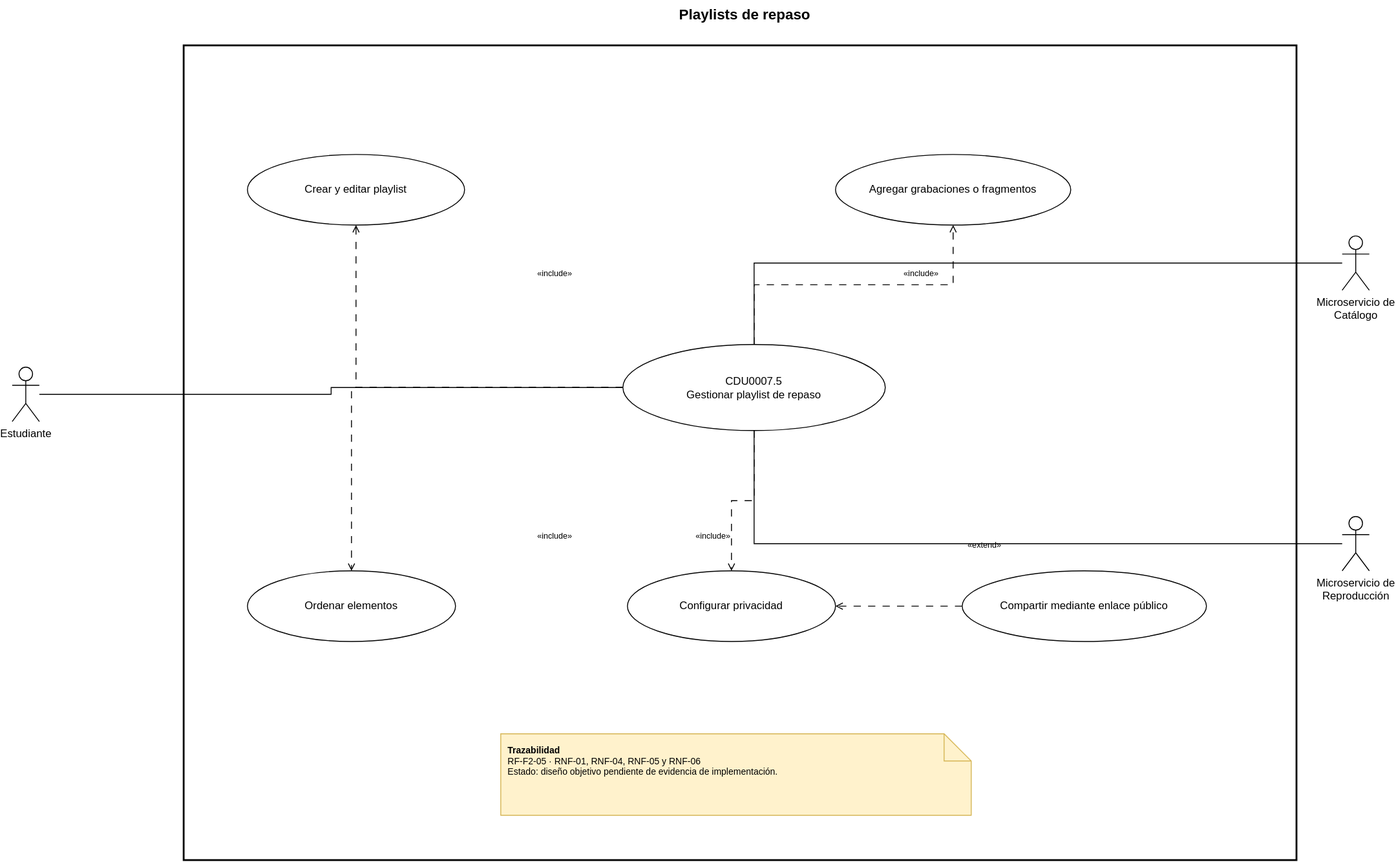
thanya-gate/SA_PROYECTO_202307691 keeps this draw.io diagram as Documentacion/CDU/CDU_Expandido_CDU32_202307691.drawio.svg. Above is the earlier version. Source tidied: cells renumbered, new cells last; positions are measured from the earlier drawing's top-left corner, leaving out a move shared by most shapes.
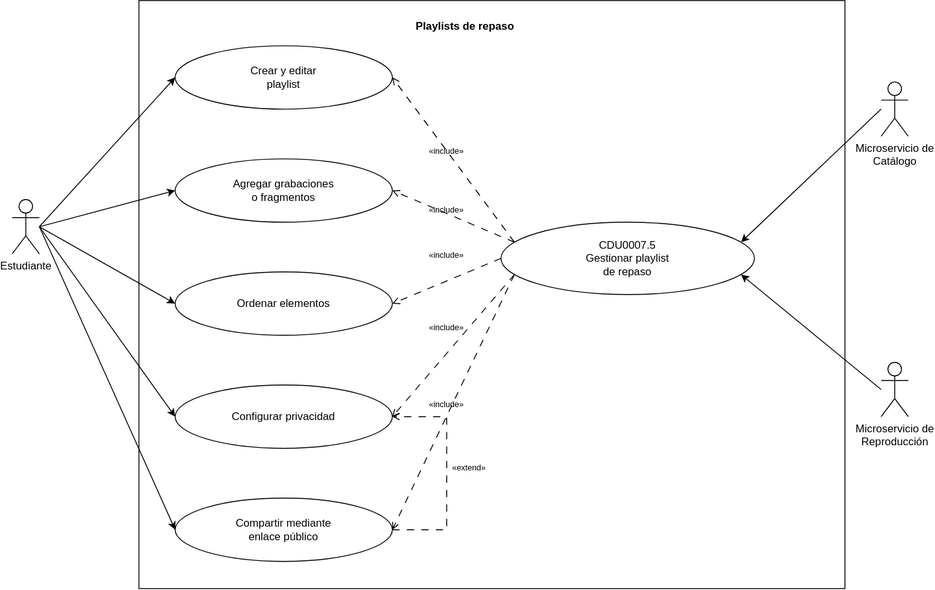
After the commit.

What changed in the source:
```diff
@@ -1,81 +1,101 @@
-<mxGraphModel>
+<mxGraphModel background="#ffffff">
   <root>
     <mxCell id="0" />
     <mxCell id="1" parent="0" />
-    <mxCell id="2" style="rounded=0;whiteSpace=wrap;html=1;fillColor=none;strokeWidth=2;" parent="1" vertex="1">
-      <mxGeometry x="190" y="50" width="1230" height="900" as="geometry" />
+    <mxCell id="2" style="html=1;whiteSpace=wrap;" parent="1" vertex="1">
+      <mxGeometry x="70" y="60" width="780" height="650" as="geometry" />
     </mxCell>
-    <mxCell id="3" value="Playlists de repaso" style="text;html=1;whiteSpace=wrap;strokeColor=none;fillColor=none;align=center;verticalAlign=middle;fontStyle=1;fontSize=16;" parent="1" vertex="1">
-      <mxGeometry x="450" width="720" height="30" as="geometry" />
+    <mxCell id="3" value="Playlists de repaso" style="text;align=center;fontStyle=1;verticalAlign=middle;spacingLeft=3;spacingRight=3;strokeColor=none;html=1;" parent="1" vertex="1">
+      <mxGeometry x="250" y="76" width="360" height="26" as="geometry" />
     </mxCell>
     <mxCell id="4" value="Estudiante" style="shape=umlActor;verticalLabelPosition=bottom;verticalAlign=top;html=1;" parent="1" vertex="1">
-      <mxGeometry y="405" width="30" height="60" as="geometry" />
+      <mxGeometry x="-70" y="280" width="30" height="60" as="geometry" />
     </mxCell>
     <mxCell id="5" value="Microservicio de&lt;div&gt;Catálogo&lt;/div&gt;" style="shape=umlActor;verticalLabelPosition=bottom;verticalAlign=top;html=1;" parent="1" vertex="1">
-      <mxGeometry x="1470" y="260" width="30" height="60" as="geometry" />
+      <mxGeometry x="890" y="150" width="30" height="60" as="geometry" />
     </mxCell>
     <mxCell id="6" value="Microservicio de&lt;div&gt;Reproducción&lt;/div&gt;" style="shape=umlActor;verticalLabelPosition=bottom;verticalAlign=top;html=1;" parent="1" vertex="1">
-      <mxGeometry x="1470" y="570" width="30" height="60" as="geometry" />
+      <mxGeometry x="890" y="460" width="30" height="60" as="geometry" />
     </mxCell>
-    <mxCell id="7" value="&lt;div&gt;CDU0007.5&lt;/div&gt;&lt;div&gt;Gestionar playlist de repaso&lt;/div&gt;" style="ellipse;whiteSpace=wrap;html=1;" parent="1" vertex="1">
-      <mxGeometry x="675" y="380" width="290" height="95" as="geometry" />
-    </mxCell>
-    <mxCell id="8" value="&lt;div&gt;Crear y editar playlist&lt;/div&gt;" style="ellipse;whiteSpace=wrap;html=1;" parent="1" vertex="1">
-      <mxGeometry x="260" y="170" width="240" height="78" as="geometry" />
+    <mxCell id="8" value="&lt;div&gt;Crear y editar&lt;/div&gt;&lt;div&gt;playlist&lt;/div&gt;" style="ellipse;whiteSpace=wrap;html=1;" parent="1" vertex="1">
+      <mxGeometry x="110" y="110" width="240" height="70" as="geometry" />
     </mxCell>
-    <mxCell id="9" value="&lt;div&gt;Agregar grabaciones o fragmentos&lt;/div&gt;" style="ellipse;whiteSpace=wrap;html=1;" parent="1" vertex="1">
-      <mxGeometry x="910" y="170" width="260" height="78" as="geometry" />
+    <mxCell id="9" value="&lt;div&gt;Agregar grabaciones&lt;/div&gt;&lt;div&gt;o fragmentos&lt;/div&gt;" style="ellipse;whiteSpace=wrap;html=1;" parent="1" vertex="1">
+      <mxGeometry x="110" y="235" width="240" height="70" as="geometry" />
     </mxCell>
     <mxCell id="10" value="&lt;div&gt;Ordenar elementos&lt;/div&gt;" style="ellipse;whiteSpace=wrap;html=1;" parent="1" vertex="1">
-      <mxGeometry x="260" y="630" width="230" height="78" as="geometry" />
+      <mxGeometry x="110" y="360" width="240" height="70" as="geometry" />
     </mxCell>
     <mxCell id="11" value="&lt;div&gt;Configurar privacidad&lt;/div&gt;" style="ellipse;whiteSpace=wrap;html=1;" parent="1" vertex="1">
-      <mxGeometry x="680" y="630" width="230" height="78" as="geometry" />
+      <mxGeometry x="110" y="485" width="240" height="70" as="geometry" />
     </mxCell>
-    <mxCell id="12" value="&lt;div&gt;Compartir mediante enlace público&lt;/div&gt;" style="ellipse;whiteSpace=wrap;html=1;" parent="1" vertex="1">
-      <mxGeometry x="1050" y="630" width="270" height="78" as="geometry" />
+    <mxCell id="12" value="&lt;div&gt;Compartir mediante&lt;/div&gt;&lt;div&gt;enlace público&lt;/div&gt;" style="ellipse;whiteSpace=wrap;html=1;" parent="1" vertex="1">
+      <mxGeometry x="110" y="610" width="240" height="70" as="geometry" />
     </mxCell>
-    <mxCell id="13" value="&lt;b&gt;Trazabilidad&lt;/b&gt;&lt;br&gt;RF-F2-05 · RNF-01, RNF-04, RNF-05 y RNF-06&lt;br&gt;Estado: diseño objetivo pendiente de evidencia de implementación." style="shape=note;whiteSpace=wrap;html=1;fillColor=#fff2cc;strokeColor=#d6b656;align=left;verticalAlign=top;spacing=8;fontSize=10;" parent="1" vertex="1">
-      <mxGeometry x="540" y="810" width="520" height="90" as="geometry" />
-    </mxCell>
+    <mxCell id="7" value="&lt;div&gt;CDU0007.5&lt;/div&gt;&lt;div&gt;Gestionar playlist&lt;/div&gt;&lt;div&gt;de repaso&lt;/div&gt;" style="ellipse;whiteSpace=wrap;html=1;" parent="1" vertex="1">
+      <mxGeometry x="470" y="305" width="280" height="80" as="geometry" />
+    </mxCell>
-    <mxCell id="14" style="edgeStyle=orthogonalEdgeStyle;rounded=0;jettySize=auto;html=1;endArrow=none;" parent="1" edge="1" source="4" target="7">
+    <mxCell id="14" style="rounded=0;jettySize=auto;html=1;exitX=1;exitY=0.5;exitDx=0;exitDy=0;exitPerimeter=0;entryX=0;entryY=0.5;entryDx=0;entryDy=0;" parent="1" edge="1" source="4" target="8">
       <mxGeometry relative="1" as="geometry" />
     </mxCell>
-    <mxCell id="15" style="edgeStyle=orthogonalEdgeStyle;rounded=0;jettySize=auto;html=1;endArrow=none;" parent="1" edge="1" source="5" target="7">
+    <mxCell id="15" style="rounded=0;jettySize=auto;html=1;exitX=1;exitY=0.5;exitDx=0;exitDy=0;exitPerimeter=0;entryX=0;entryY=0.5;entryDx=0;entryDy=0;" parent="1" edge="1" source="4" target="9">
       <mxGeometry relative="1" as="geometry" />
     </mxCell>
-    <mxCell id="16" style="edgeStyle=orthogonalEdgeStyle;rounded=0;jettySize=auto;html=1;endArrow=none;" parent="1" edge="1" source="6" target="7">
+    <mxCell id="16" style="rounded=0;jettySize=auto;html=1;exitX=1;exitY=0.5;exitDx=0;exitDy=0;exitPerimeter=0;entryX=0;entryY=0.5;entryDx=0;entryDy=0;" parent="1" edge="1" source="4" target="10">
       <mxGeometry relative="1" as="geometry" />
     </mxCell>
+    <mxCell id="27" style="rounded=0;jettySize=auto;html=1;exitX=1;exitY=0.5;exitDx=0;exitDy=0;exitPerimeter=0;entryX=0;entryY=0.5;entryDx=0;entryDy=0;" parent="1" edge="1" source="4" target="11">
+      <mxGeometry relative="1" as="geometry" />
+    </mxCell>
+    <mxCell id="28" style="rounded=0;jettySize=auto;html=1;exitX=1;exitY=0.5;exitDx=0;exitDy=0;exitPerimeter=0;entryX=0;entryY=0.5;entryDx=0;entryDy=0;" parent="1" edge="1" source="4" target="12">
+      <mxGeometry relative="1" as="geometry" />
+    </mxCell>
+    <mxCell id="29" style="rounded=0;jettySize=auto;html=1;exitX=0;exitY=0.5;exitDx=0;exitDy=0;exitPerimeter=0;entryX=1;entryY=0.25;entryDx=0;entryDy=0;" parent="1" edge="1" source="5" target="7">
+      <mxGeometry relative="1" as="geometry" />
+    </mxCell>
+    <mxCell id="30" style="rounded=0;jettySize=auto;html=1;exitX=0;exitY=0.5;exitDx=0;exitDy=0;exitPerimeter=0;entryX=1;entryY=0.75;entryDx=0;entryDy=0;" parent="1" edge="1" source="6" target="7">
+      <mxGeometry relative="1" as="geometry" />
+    </mxCell>
-    <mxCell id="17" style="edgeStyle=orthogonalEdgeStyle;rounded=0;jettySize=auto;html=1;dashed=1;dashPattern=8 8;endArrow=open;endFill=0;" parent="1" edge="1" source="7" target="8">
+    <mxCell id="17" style="rounded=0;jettySize=auto;html=1;strokeWidth=1;dashPattern=8 8;dashed=1;endArrow=open;endFill=0;exitX=0;exitY=0.25;exitDx=0;exitDy=0;entryX=1;entryY=0.5;entryDx=0;entryDy=0;" parent="1" edge="1" source="7" target="8">
       <mxGeometry relative="1" as="geometry" />
     </mxCell>
-    <mxCell id="18" value="«include»" style="text;html=1;whiteSpace=wrap;strokeColor=none;fillColor=none;align=center;verticalAlign=middle;fontSize=9;" parent="1" vertex="1">
-      <mxGeometry x="565" y="290" width="70" height="24" as="geometry" />
+    <mxCell id="18" value="«include»" style="text;html=1;whiteSpace=wrap;strokeColor=none;fillColor=none;align=center;verticalAlign=middle;rounded=0;fontSize=9;" parent="1" vertex="1">
+      <mxGeometry x="375" y="215" width="70" height="24" as="geometry" />
     </mxCell>
-    <mxCell id="19" style="edgeStyle=orthogonalEdgeStyle;rounded=0;jettySize=auto;html=1;dashed=1;dashPattern=8 8;endArrow=open;endFill=0;" parent="1" edge="1" source="7" target="9">
+    <mxCell id="19" style="rounded=0;jettySize=auto;html=1;strokeWidth=1;dashPattern=8 8;dashed=1;endArrow=open;endFill=0;exitX=0;exitY=0.25;exitDx=0;exitDy=0;entryX=1;entryY=0.5;entryDx=0;entryDy=0;" parent="1" edge="1" source="7" target="9">
       <mxGeometry relative="1" as="geometry" />
     </mxCell>
-    <mxCell id="20" value="«include»" style="text;html=1;whiteSpace=wrap;strokeColor=none;fillColor=none;align=center;verticalAlign=middle;fontSize=9;" parent="1" vertex="1">
-      <mxGeometry x="970" y="290" width="70" height="24" as="geometry" />
+    <mxCell id="20" value="«include»" style="text;html=1;whiteSpace=wrap;strokeColor=none;fillColor=none;align=center;verticalAlign=middle;rounded=0;fontSize=9;" parent="1" vertex="1">
+      <mxGeometry x="375" y="280" width="70" height="24" as="geometry" />
     </mxCell>
-    <mxCell id="21" style="edgeStyle=orthogonalEdgeStyle;rounded=0;jettySize=auto;html=1;dashed=1;dashPattern=8 8;endArrow=open;endFill=0;" parent="1" edge="1" source="7" target="10">
+    <mxCell id="21" style="rounded=0;jettySize=auto;html=1;strokeWidth=1;dashPattern=8 8;dashed=1;endArrow=open;endFill=0;exitX=0;exitY=0.5;exitDx=0;exitDy=0;entryX=1;entryY=0.5;entryDx=0;entryDy=0;" parent="1" edge="1" source="7" target="10">
       <mxGeometry relative="1" as="geometry" />
     </mxCell>
-    <mxCell id="22" value="«include»" style="text;html=1;whiteSpace=wrap;strokeColor=none;fillColor=none;align=center;verticalAlign=middle;fontSize=9;" parent="1" vertex="1">
-      <mxGeometry x="565" y="580" width="70" height="24" as="geometry" />
+    <mxCell id="22" value="«include»" style="text;html=1;whiteSpace=wrap;strokeColor=none;fillColor=none;align=center;verticalAlign=middle;rounded=0;fontSize=9;" parent="1" vertex="1">
+      <mxGeometry x="375" y="330" width="70" height="24" as="geometry" />
     </mxCell>
-    <mxCell id="23" style="edgeStyle=orthogonalEdgeStyle;rounded=0;jettySize=auto;html=1;dashed=1;dashPattern=8 8;endArrow=open;endFill=0;" parent="1" edge="1" source="7" target="11">
+    <mxCell id="23" style="rounded=0;jettySize=auto;html=1;strokeWidth=1;dashPattern=8 8;dashed=1;endArrow=open;endFill=0;exitX=0;exitY=0.75;exitDx=0;exitDy=0;entryX=1;entryY=0.5;entryDx=0;entryDy=0;" parent="1" edge="1" source="7" target="11">
       <mxGeometry relative="1" as="geometry" />
     </mxCell>
-    <mxCell id="24" value="«include»" style="text;html=1;whiteSpace=wrap;strokeColor=none;fillColor=none;align=center;verticalAlign=middle;fontSize=9;" parent="1" vertex="1">
-      <mxGeometry x="740" y="580" width="70" height="24" as="geometry" />
+    <mxCell id="24" value="«include»" style="text;html=1;whiteSpace=wrap;strokeColor=none;fillColor=none;align=center;verticalAlign=middle;rounded=0;fontSize=9;" parent="1" vertex="1">
+      <mxGeometry x="375" y="410" width="70" height="24" as="geometry" />
     </mxCell>
+    <mxCell id="31" style="rounded=0;jettySize=auto;html=1;strokeWidth=1;dashPattern=8 8;dashed=1;endArrow=open;endFill=0;exitX=0;exitY=0.75;exitDx=0;exitDy=0;entryX=1;entryY=0.5;entryDx=0;entryDy=0;" parent="1" edge="1" source="7" target="12">
+      <mxGeometry relative="1" as="geometry" />
+    </mxCell>
+    <mxCell id="32" value="«include»" style="text;html=1;whiteSpace=wrap;strokeColor=none;fillColor=none;align=center;verticalAlign=middle;rounded=0;fontSize=9;" parent="1" vertex="1">
+      <mxGeometry x="375" y="495" width="70" height="24" as="geometry" />
+    </mxCell>
-    <mxCell id="25" style="edgeStyle=orthogonalEdgeStyle;rounded=0;jettySize=auto;html=1;dashed=1;dashPattern=8 8;endArrow=open;endFill=0;" parent="1" edge="1" source="12" target="11">
-      <mxGeometry relative="1" as="geometry" />
+    <mxCell id="25" style="rounded=0;jettySize=auto;html=1;strokeWidth=1;dashPattern=8 8;dashed=1;endArrow=open;endFill=0;exitX=1;exitY=0.5;exitDx=0;exitDy=0;entryX=1;entryY=0.5;entryDx=0;entryDy=0;" parent="1" edge="1" source="12" target="11">
+      <mxGeometry relative="1" as="geometry">
+        <Array as="points">
+          <mxPoint x="410" y="645" />
+          <mxPoint x="410" y="520" />
+        </Array>
+      </mxGeometry>
     </mxCell>
-    <mxCell id="26" value="«extend»" style="text;html=1;whiteSpace=wrap;strokeColor=none;fillColor=none;align=center;verticalAlign=middle;fontSize=9;" parent="1" vertex="1">
-      <mxGeometry x="1040" y="590" width="70" height="24" as="geometry" />
+    <mxCell id="26" value="«extend»" style="text;html=1;whiteSpace=wrap;strokeColor=none;fillColor=none;align=center;verticalAlign=middle;rounded=0;fontSize=9;" parent="1" vertex="1">
+      <mxGeometry x="400" y="565" width="70" height="24" as="geometry" />
     </mxCell>
   </root>
 </mxGraphModel>
```
